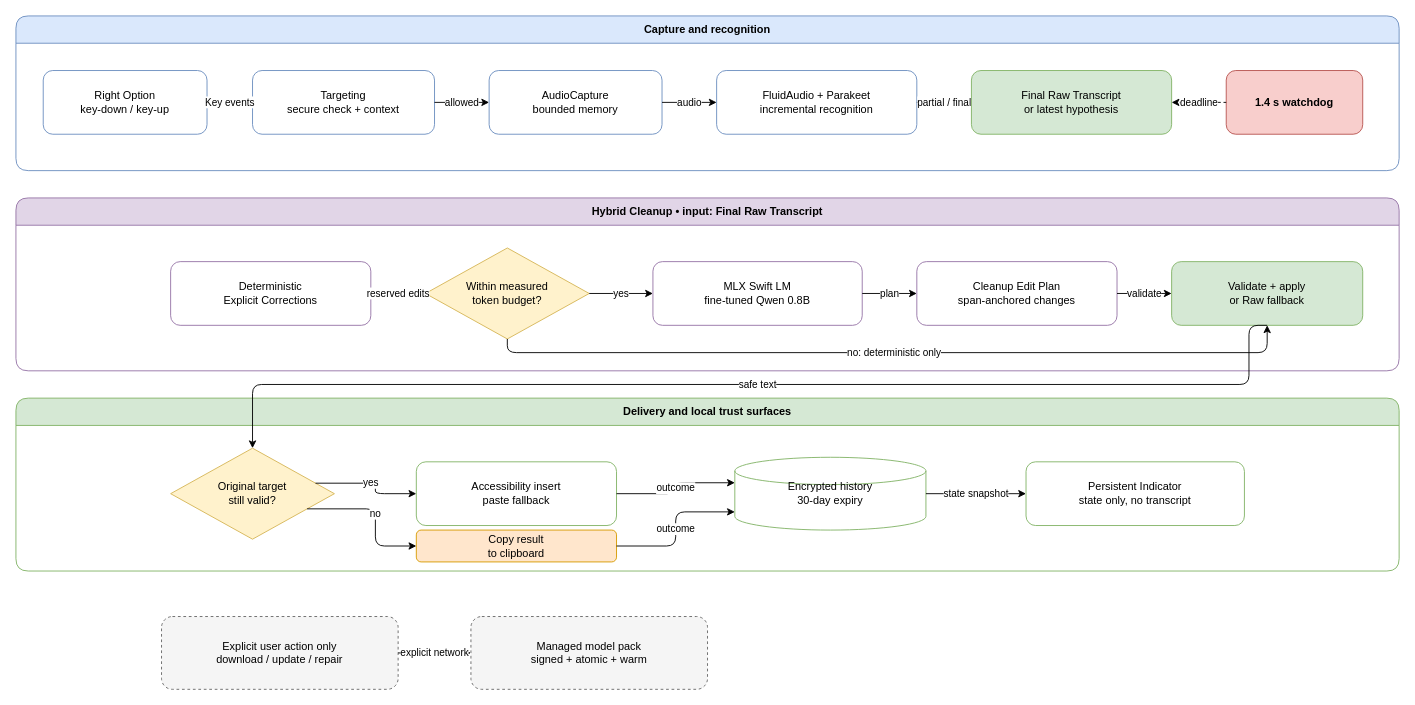
Earlier version of the draw.io diagram poptart-runtime.drawio (Playground-Labs/poptart). Source tidied: cells renumbered, new cells numbered last; positions are measured from the earlier drawing's top-left corner, leaving out a move shared by most shapes. Both pictures are drawn from the tidied source at 91%, with x=0, y=0 at pixel (15, 15).
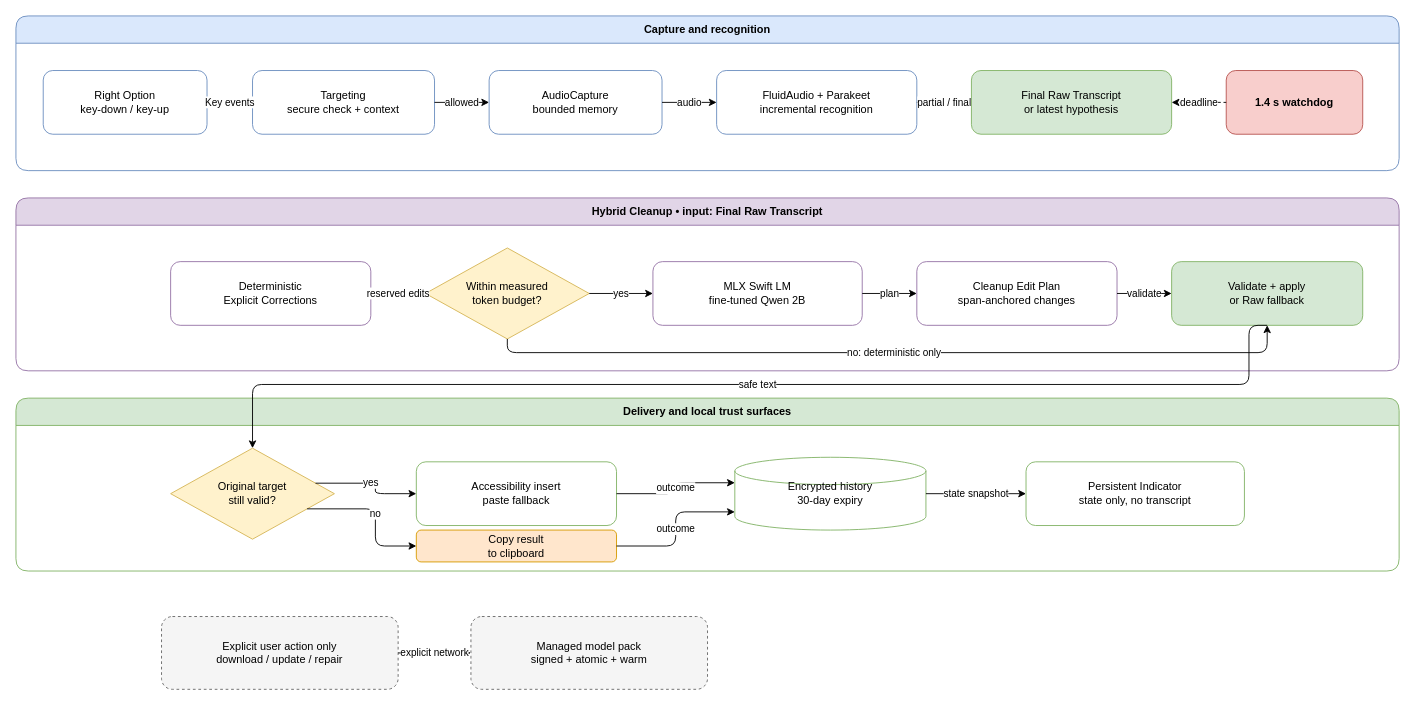
The same page after the edit.

The change refers to these unchanged cells:
```xml
<mxCell id="9" value="Hybrid Cleanup • input: Final Raw Transcript" style="swimlane;startSize=30;horizontal=1;rounded=1;whiteSpace=wrap;html=1;fillColor=#e1d5e7;strokeColor=#9673a6;fontStyle=1;" parent="1" vertex="1">
  <mxGeometry y="200" width="1520" height="190" as="geometry" />
</mxCell>
```

The edit, as a diff of the source:
```diff
@@
-    <mxCell id="12" value="MLX Swift LM&#10;fine-tuned Qwen 0.8B" style="rounded=1;whiteSpace=wrap;html=1;fillColor=#ffffff;strokeColor=#9673a6;" parent="9" vertex="1">
+    <mxCell id="12" value="MLX Swift LM&#10;fine-tuned Qwen 2B" style="rounded=1;whiteSpace=wrap;html=1;fillColor=#ffffff;strokeColor=#9673a6;" parent="9" vertex="1">
       <mxGeometry x="700" y="70" width="230" height="70" as="geometry" />
     </mxCell>
```
